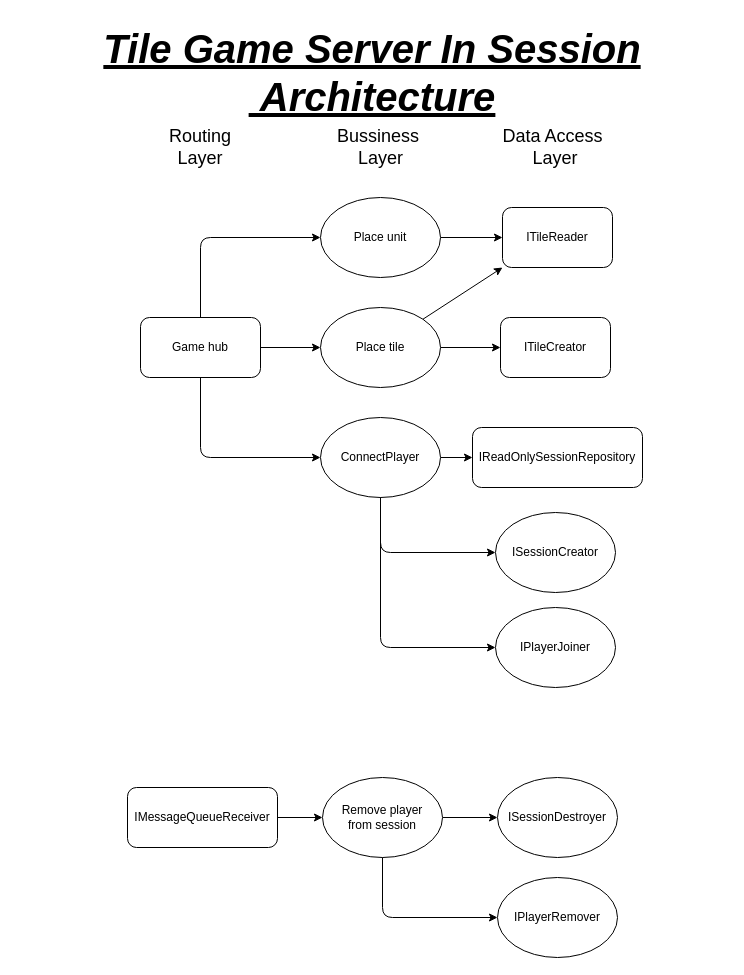
Above: Diagrams/TileGameServerInSession.drawio in the-coolest-developers/TileGame-Core (draw.io), before the change. Source tidied: cells renumbered, new cells numbered last; positions are measured from the earlier drawing's top-left corner, leaving out a move shared by most shapes. Both pictures are drawn from the tidied source at 100%, with x=0, y=0 at pixel (17, 17).
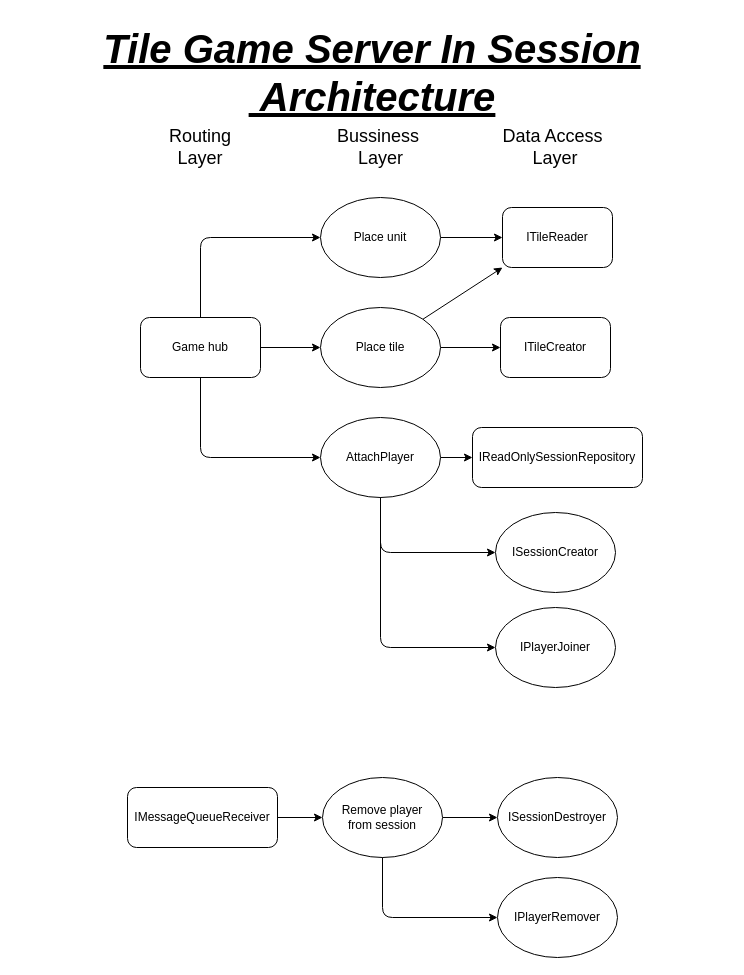
The same page after the edit.

Commit message (it also covers changes not shown here):
[TGS-55] Added TileGame Microservices

What changed in the source:
```diff
@@
-    <mxCell id="19" value="ConnectPlayer" style="ellipse;whiteSpace=wrap;html=1;fontSize=12;align=center;verticalAlign=middle;" parent="1" vertex="1">
+    <mxCell id="19" value="AttachPlayer" style="ellipse;whiteSpace=wrap;html=1;fontSize=12;align=center;verticalAlign=middle;" parent="1" vertex="1">
       <mxGeometry x="303" y="400" width="120" height="80" as="geometry" />
     </mxCell>
```
